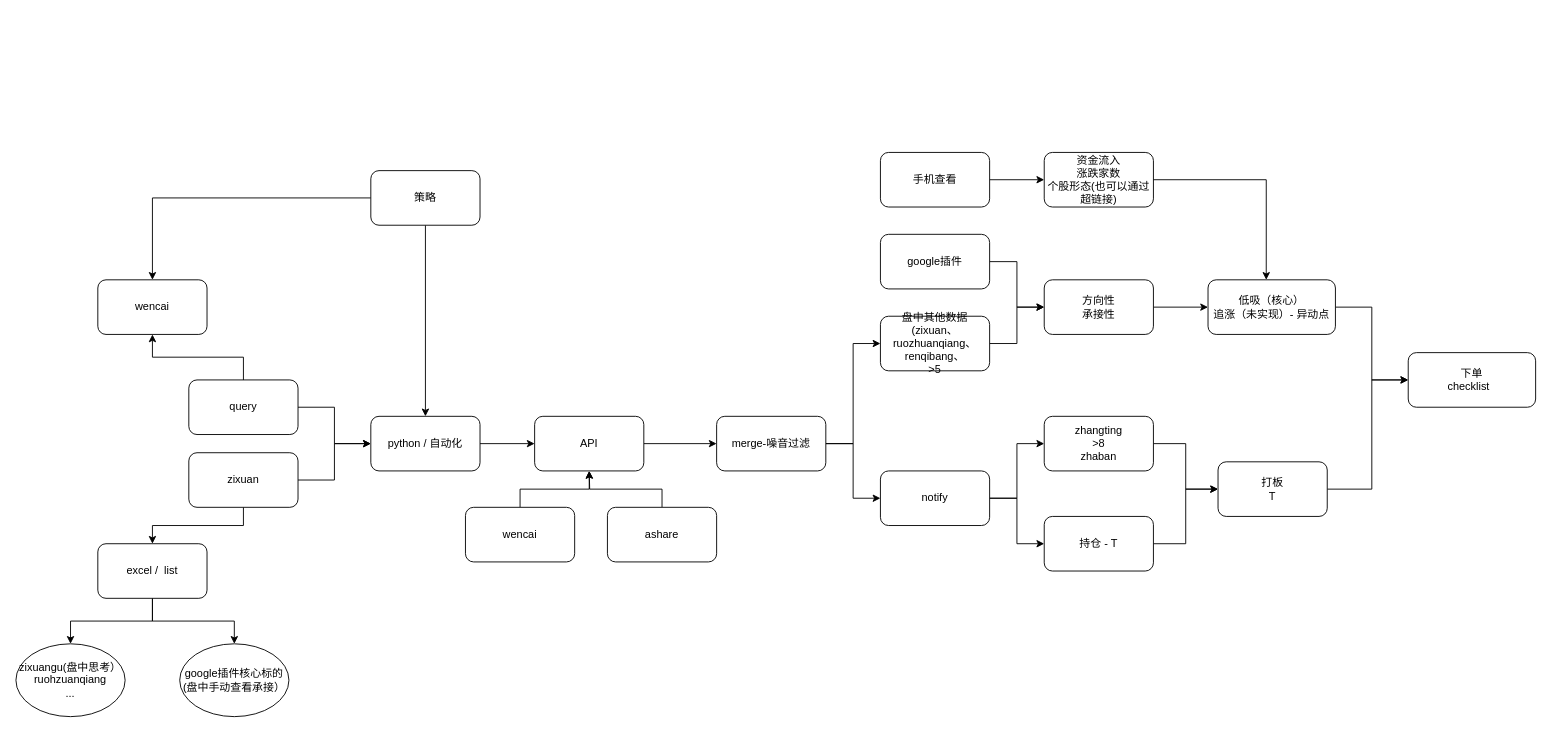
This is menus/python量化.drawio from Asamiyaa/microservice-k8s-yun, a draw.io file, before an edit. Source tidied: cells renumbered, new cells numbered last; positions are measured from the earlier drawing's top-left corner, leaving out a move shared by most shapes. Both pictures are drawn from the tidied source at 91%, with x=0, y=0 at pixel (15, 152).
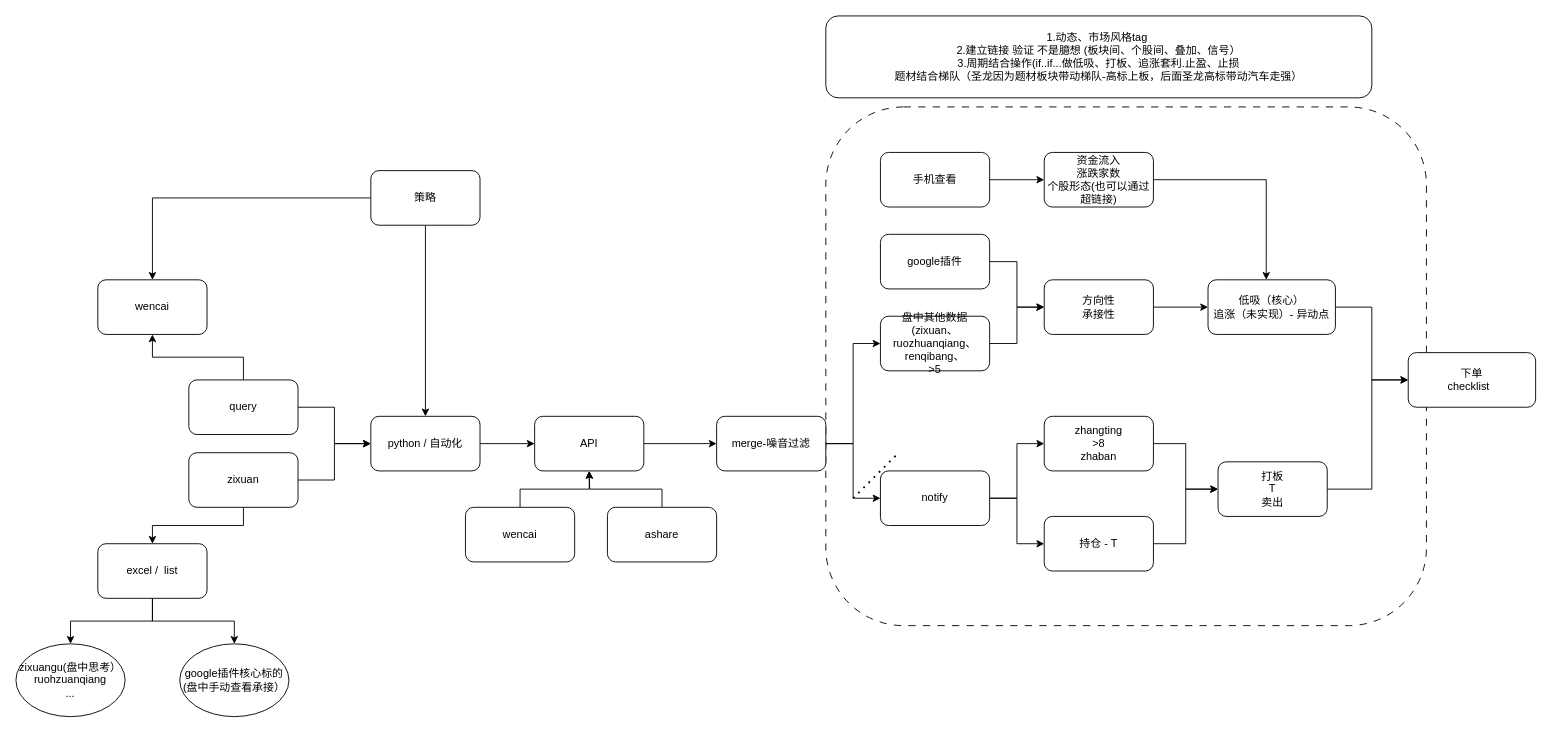
The same diagram, later.

Diff of the diagram source:
```diff
@@
+    <mxCell id="50" style="rounded=1;whiteSpace=wrap;html=1;dashed=1;dashPattern=8 8;" parent="1" vertex="1">
+      <mxGeometry x="890" y="-50" width="660" height="570" as="geometry" />
+    </mxCell>
@@
-    <mxCell id="44" value="打板&lt;br&gt;T" style="rounded=1;whiteSpace=wrap;html=1;" parent="1" vertex="1">
+    <mxCell id="44" value="打板&lt;br&gt;T&lt;br&gt;卖出" style="rounded=1;whiteSpace=wrap;html=1;" parent="1" vertex="1">
       <mxGeometry x="1321" y="340" width="120" height="60" as="geometry" />
     </mxCell>
@@
+    <mxCell id="51" style="endArrow=none;dashed=1;html=1;dashPattern=1 3;strokeWidth=2;rounded=0;" parent="1" edge="1">
+      <mxGeometry relative="1" as="geometry">
+        <mxPoint x="920" y="380" as="sourcePoint" />
+        <mxPoint x="970" y="330" as="targetPoint" />
+      </mxGeometry>
+    </mxCell>
+    <mxCell id="52" value="1.动态、市场风格tag&amp;nbsp; &lt;br&gt;2.建立链接 验证 不是臆想 (板块间、个股间、叠加、信号）&lt;br&gt;3.周期结合操作(if..if...做低吸、打板、追涨套利.止盈、止损&lt;br&gt;题材结合梯队（圣龙因为题材板块带动梯队-高标上板，后面圣龙高标带动汽车走强）" style="rounded=1;whiteSpace=wrap;html=1;" parent="1" vertex="1">
+      <mxGeometry x="890" y="-150" width="600" height="90" as="geometry" />
+    </mxCell>
```
